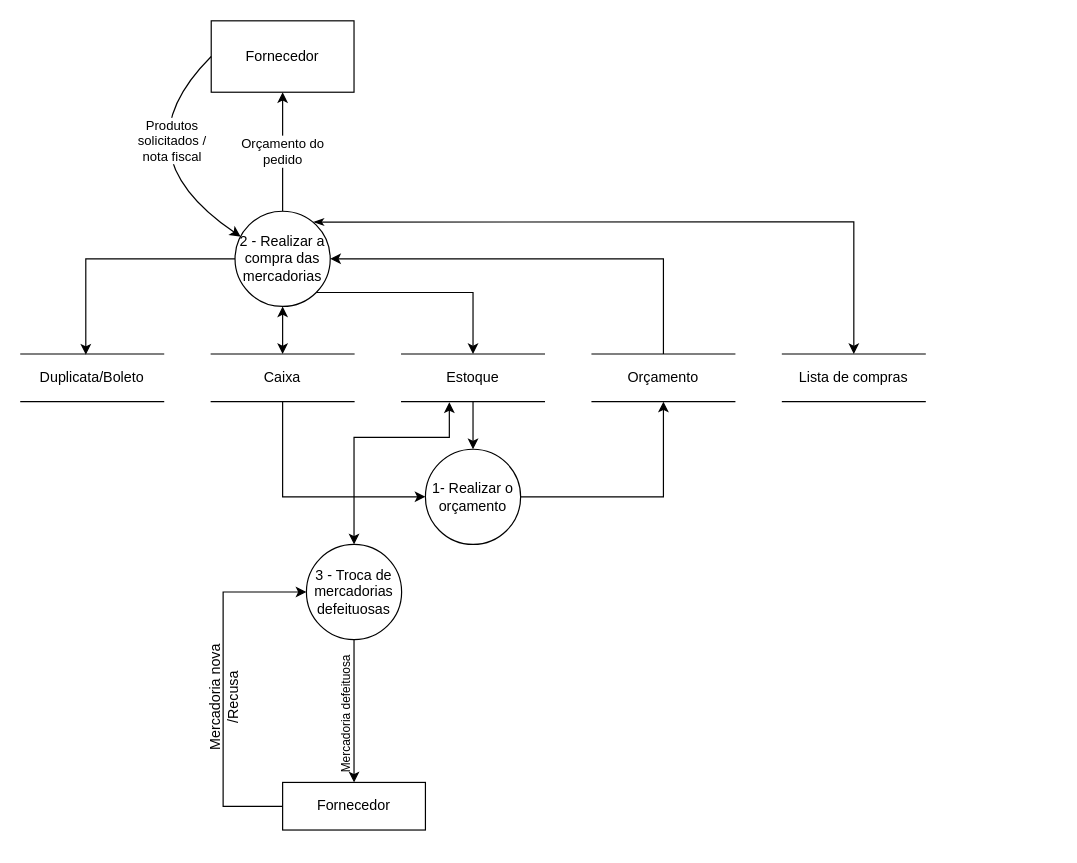
Above: docs/ARTEFATOS(15-23)/COMPRAR_PRODUTOS/DFD_COMPRAR_PRODUTOS.drawio in Darienzo08/ope_ads (draw.io), before the change. Source tidied: cells renumbered, new cells numbered last; positions are measured from the earlier drawing's top-left corner, leaving out a move shared by most shapes. Both pictures are drawn from the tidied source at 119%, with x=0, y=0 at pixel (20, 20).
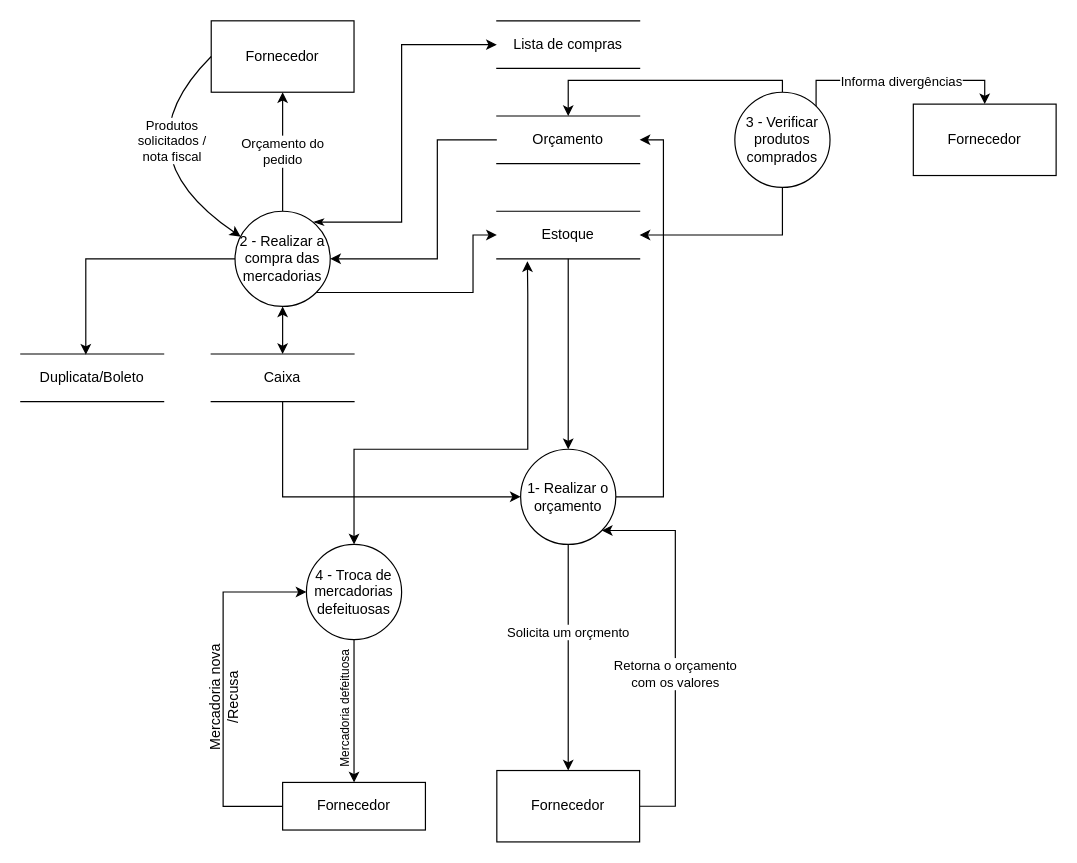
After the change.

Unchanged cells that the change refers to:
```xml
<mxCell id="8" value="2 - Realizar a compra das mercadorias" style="ellipse;whiteSpace=wrap;html=1;" parent="1" vertex="1">
  <mxGeometry x="180" y="160" width="80" height="80" as="geometry" />
</mxCell>
```

The edit, as a diff of the source:
```diff
@@
-    <mxCell id="2" style="edgeStyle=orthogonalEdgeStyle;rounded=0;jettySize=auto;html=1;entryX=0.5;entryY=1;entryDx=0;entryDy=0;" parent="1" edge="1" source="3" target="14">
-      <mxGeometry relative="1" as="geometry" />
+    <mxCell id="2" style="edgeStyle=orthogonalEdgeStyle;rounded=0;jettySize=auto;html=1;startArrow=none;startFill=0;entryX=1;entryY=0.5;entryDx=0;entryDy=0;" parent="1" edge="1" source="3" target="14">
+      <mxGeometry relative="1" as="geometry">
+        <Array as="points">
+          <mxPoint x="540" y="400" />
+          <mxPoint x="540" y="100" />
+        </Array>
+      </mxGeometry>
     </mxCell>
     <mxCell id="3" value="1- Realizar o orçamento" style="ellipse;whiteSpace=wrap;html=1;" parent="1" vertex="1">
-      <mxGeometry x="340" y="360" width="80" height="80" as="geometry" />
+      <mxGeometry x="420" y="360" width="80" height="80" as="geometry" />
     </mxCell>
-    <mxCell id="4" style="edgeStyle=orthogonalEdgeStyle;rounded=0;jettySize=auto;html=1;entryX=0.5;entryY=0;entryDx=0;entryDy=0;exitX=1;exitY=1;exitDx=0;exitDy=0;" parent="1" edge="1" source="8" target="12">
+    <mxCell id="4" style="edgeStyle=orthogonalEdgeStyle;rounded=0;jettySize=auto;html=1;entryX=0;entryY=0.5;entryDx=0;entryDy=0;exitX=1;exitY=1;exitDx=0;exitDy=0;" parent="1" edge="1" source="8" target="12">
       <mxGeometry relative="1" as="geometry">
         <Array as="points">
           <mxPoint x="380" y="228" />
+          <mxPoint x="380" y="180" />
         </Array>
       </mxGeometry>
     </mxCell>
@@
-    <mxCell id="6" style="edgeStyle=orthogonalEdgeStyle;rounded=0;jettySize=auto;html=1;entryX=0.5;entryY=0;entryDx=0;entryDy=0;startArrow=classicThin;startFill=1;exitX=0.823;exitY=0.114;exitDx=0;exitDy=0;exitPerimeter=0;" parent="1" edge="1" source="8" target="24">
+    <mxCell id="6" style="edgeStyle=orthogonalEdgeStyle;rounded=0;jettySize=auto;html=1;entryX=0;entryY=0.5;entryDx=0;entryDy=0;startArrow=classicThin;startFill=1;exitX=0.823;exitY=0.114;exitDx=0;exitDy=0;exitPerimeter=0;" parent="1" edge="1" source="8" target="24">
       <mxGeometry relative="1" as="geometry">
         <Array as="points">
-          <mxPoint x="248" y="169" />
-          <mxPoint x="700" y="169" />
+          <mxPoint x="320" y="169" />
+          <mxPoint x="320" y="20" />
         </Array>
       </mxGeometry>
     </mxCell>
@@
-    <mxCell id="9" style="edgeStyle=orthogonalEdgeStyle;rounded=0;jettySize=auto;html=1;startArrow=classic;startFill=1;entryX=0.334;entryY=1.014;entryDx=0;entryDy=0;entryPerimeter=0;" parent="1" edge="1" source="10" target="12">
+    <mxCell id="9" style="edgeStyle=orthogonalEdgeStyle;rounded=0;jettySize=auto;html=1;startArrow=classic;startFill=1;entryX=0.214;entryY=1.05;entryDx=0;entryDy=0;entryPerimeter=0;" parent="1" edge="1" source="10" target="12">
       <mxGeometry relative="1" as="geometry">
         <Array as="points">
-          <mxPoint x="280" y="350" />
-          <mxPoint x="360" y="350" />
+          <mxPoint x="280" y="360" />
+          <mxPoint x="426" y="360" />
+          <mxPoint x="426" y="230" />
         </Array>
       </mxGeometry>
     </mxCell>
-    <mxCell id="10" value="3 - Troca de mercadorias defeituosas" style="ellipse;whiteSpace=wrap;html=1;" parent="1" vertex="1">
+    <mxCell id="10" value="4 - Troca de mercadorias defeituosas" style="ellipse;whiteSpace=wrap;html=1;" parent="1" vertex="1">
       <mxGeometry x="240" y="440" width="80" height="80" as="geometry" />
     </mxCell>
@@
     <mxCell id="12" value="Estoque" style="shape=partialRectangle;whiteSpace=wrap;html=1;left=0;right=0;fillColor=none;" parent="1" vertex="1">
-      <mxGeometry x="320" y="280" width="120" height="40" as="geometry" />
+      <mxGeometry x="400" y="160" width="120" height="40" as="geometry" />
     </mxCell>
-    <mxCell id="13" style="edgeStyle=orthogonalEdgeStyle;rounded=0;jettySize=auto;html=1;startArrow=none;startFill=0;entryX=1;entryY=0.5;entryDx=0;entryDy=0;" parent="1" edge="1" source="14" target="8">
+    <mxCell id="13" style="edgeStyle=orthogonalEdgeStyle;rounded=0;jettySize=auto;html=1;startArrow=none;startFill=0;entryX=1;entryY=0.5;entryDx=0;entryDy=0;exitX=0;exitY=0.5;exitDx=0;exitDy=0;" parent="1" edge="1" source="14" target="8">
       <mxGeometry relative="1" as="geometry">
         <Array as="points">
-          <mxPoint x="540" y="200" />
+          <mxPoint x="350" y="100" />
+          <mxPoint x="350" y="200" />
         </Array>
       </mxGeometry>
     </mxCell>
     <mxCell id="14" value="Orçamento" style="shape=partialRectangle;whiteSpace=wrap;html=1;left=0;right=0;fillColor=none;" parent="1" vertex="1">
-      <mxGeometry x="480" y="280" width="120" height="40" as="geometry" />
+      <mxGeometry x="400" y="80" width="120" height="40" as="geometry" />
     </mxCell>
@@
     <mxCell id="20" value="Mercadoria defeituosa" style="text;html=1;strokeColor=none;fillColor=none;align=center;verticalAlign=middle;whiteSpace=wrap;rounded=0;rotation=-90;fontSize=10;" parent="1" vertex="1">
-      <mxGeometry x="220" y="564.6" width="105" height="35.8" as="geometry" />
+      <mxGeometry x="220" y="560" width="105" height="35.8" as="geometry" />
     </mxCell>
@@
     <mxCell id="24" value="Lista de compras" style="shape=partialRectangle;whiteSpace=wrap;html=1;left=0;right=0;fillColor=none;" parent="1" vertex="1">
-      <mxGeometry x="640" y="280" width="120" height="40" as="geometry" />
+      <mxGeometry x="400" width="120" height="40" as="geometry" />
     </mxCell>
@@
+    <mxCell id="28" style="edgeStyle=orthogonalEdgeStyle;rounded=0;jettySize=auto;html=1;startArrow=none;startFill=0;exitX=0.5;exitY=1;exitDx=0;exitDy=0;" parent="1" edge="1" source="3" target="31">
+      <mxGeometry relative="1" as="geometry" />
+    </mxCell>
+    <mxCell id="29" value="Solicita um orçmento" style="edgeLabel;html=1;align=center;verticalAlign=middle;" parent="28" vertex="1">
+      <mxGeometry x="-0.23" y="-1" relative="1" as="geometry" />
+    </mxCell>
+    <mxCell id="30" value="Retorna o orçamento&lt;br&gt;com os valores" style="edgeStyle=orthogonalEdgeStyle;jettySize=auto;html=1;startArrow=none;startFill=0;rounded=0;entryX=1;entryY=1;entryDx=0;entryDy=0;exitX=1;exitY=0.5;exitDx=0;exitDy=0;" parent="1" edge="1" source="31" target="3">
+      <mxGeometry x="-0.13" relative="1" as="geometry">
+        <Array as="points">
+          <mxPoint x="550" y="660" />
+          <mxPoint x="550" y="428" />
+        </Array>
+      </mxGeometry>
+    </mxCell>
+    <mxCell id="31" value="Fornecedor" style="rounded=0;whiteSpace=wrap;html=1;" parent="1" vertex="1">
+      <mxGeometry x="400" y="630" width="120" height="60" as="geometry" />
+    </mxCell>
+    <mxCell id="32" style="edgeStyle=orthogonalEdgeStyle;rounded=0;jettySize=auto;html=1;startArrow=none;startFill=0;entryX=1;entryY=0.5;entryDx=0;entryDy=0;" parent="1" edge="1" source="34" target="12">
+      <mxGeometry relative="1" as="geometry">
+        <Array as="points">
+          <mxPoint x="640" y="180" />
+        </Array>
+      </mxGeometry>
+    </mxCell>
+    <mxCell id="33" style="edgeStyle=orthogonalEdgeStyle;rounded=0;jettySize=auto;html=1;startArrow=none;startFill=0;entryX=0.5;entryY=0;entryDx=0;entryDy=0;exitX=0.5;exitY=0;exitDx=0;exitDy=0;" parent="1" edge="1" source="34" target="14">
+      <mxGeometry relative="1" as="geometry">
+        <Array as="points">
+          <mxPoint x="640" y="50" />
+          <mxPoint x="460" y="50" />
+        </Array>
+      </mxGeometry>
+    </mxCell>
+    <mxCell id="34" value="3 - Verificar produtos comprados" style="ellipse;whiteSpace=wrap;html=1;" parent="1" vertex="1">
+      <mxGeometry x="600" y="60" width="80" height="80" as="geometry" />
+    </mxCell>
+    <mxCell id="35" style="edgeStyle=orthogonalEdgeStyle;rounded=0;jettySize=auto;html=1;startArrow=none;startFill=0;entryX=0.5;entryY=0;entryDx=0;entryDy=0;exitX=1;exitY=0;exitDx=0;exitDy=0;" parent="1" edge="1" source="34" target="37">
+      <mxGeometry relative="1" as="geometry">
+        <Array as="points">
+          <mxPoint x="668" y="50" />
+          <mxPoint x="810" y="50" />
+        </Array>
+      </mxGeometry>
+    </mxCell>
+    <mxCell id="36" value="Informa divergências" style="edgeLabel;html=1;align=center;verticalAlign=middle;" parent="35" vertex="1">
+      <mxGeometry x="-0.08" relative="1" as="geometry">
+        <mxPoint x="9.4" as="offset" />
+      </mxGeometry>
+    </mxCell>
+    <mxCell id="37" value="Fornecedor" style="rounded=0;whiteSpace=wrap;html=1;" parent="1" vertex="1">
+      <mxGeometry x="750" y="70" width="120" height="60" as="geometry" />
+    </mxCell>
```
